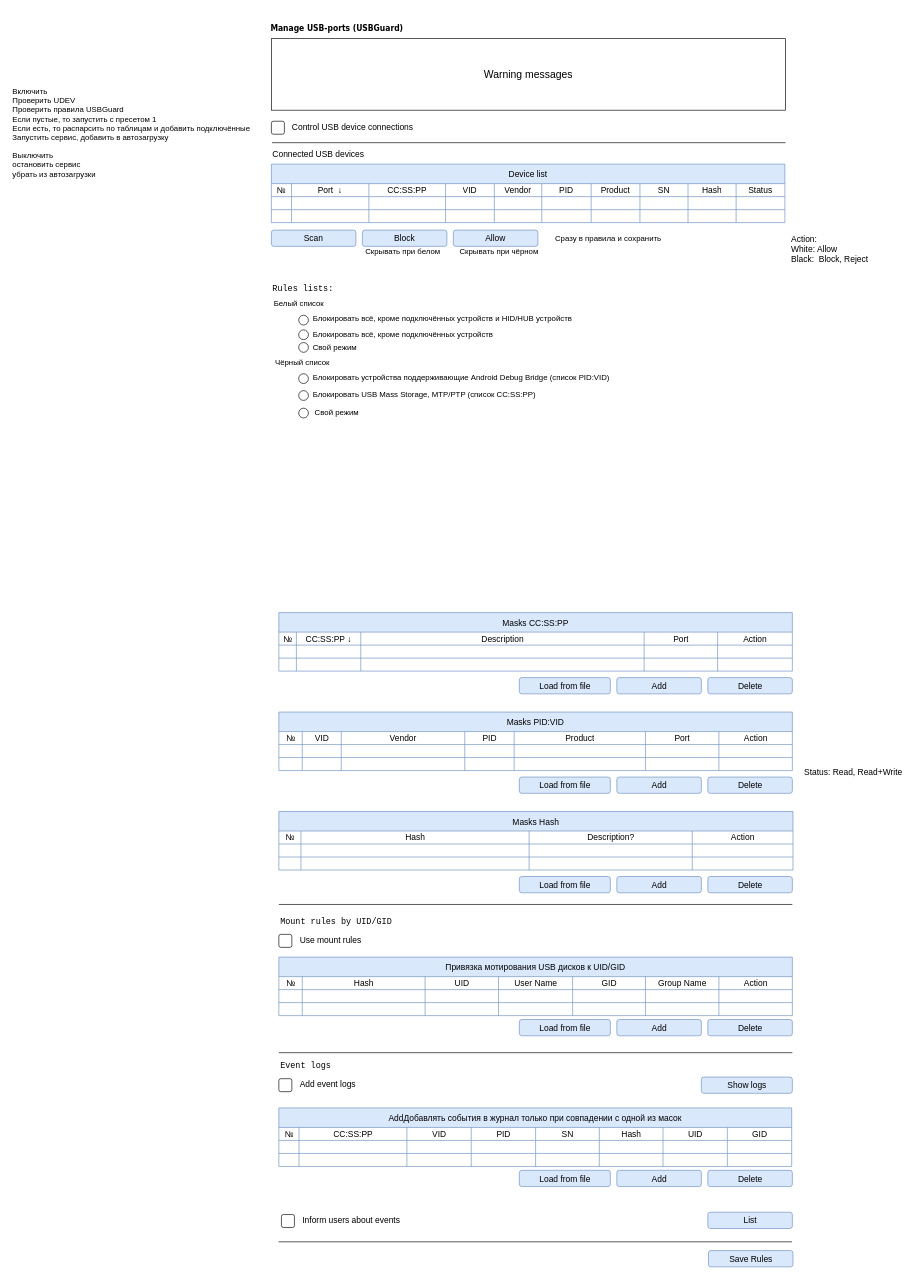
The draw.io diagram alterator_ui/UI.drawio in 3036662/alterator-usb-guard, before the edit. Source tidied: cells renumbered, new cells numbered last; positions are measured from the earlier drawing's top-left corner, leaving out a move shared by most shapes. Both pictures are drawn from the tidied source at 65%, with x=0, y=0 at pixel (11, 11).
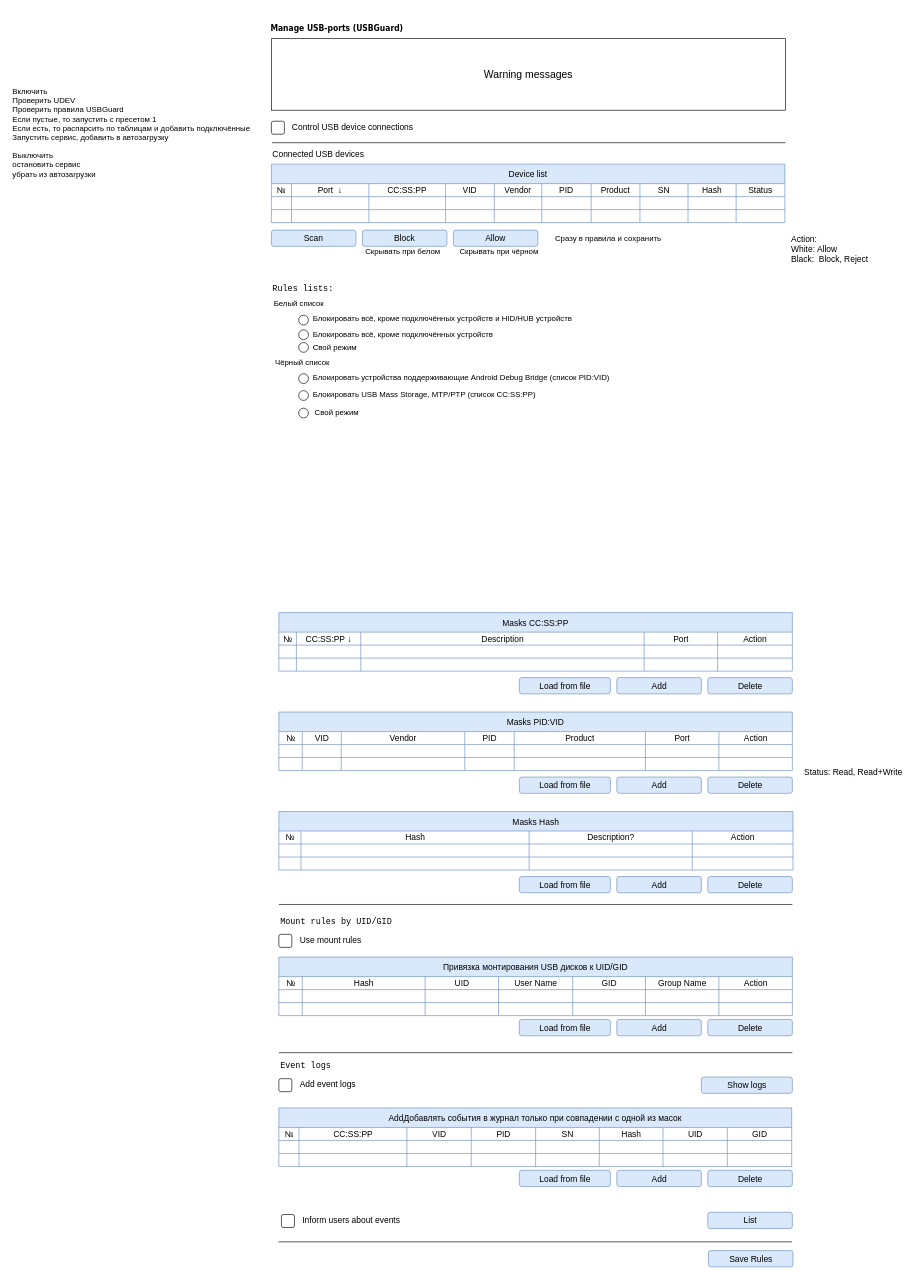
Above is the later version.

Change to the diagram source:
```diff
@@
-    <mxCell id="116" value="Привязка мотирования USB дисков к UID/GID" style="shape=table;startSize=30;childLayout=tableLayout;strokeColor=#6c8ebf;fontSize=13;fillColor=#dae8fc;" parent="1" vertex="1">
+    <mxCell id="116" value="Привязка монтирования USB дисков к UID/GID" style="shape=table;startSize=30;childLayout=tableLayout;strokeColor=#6c8ebf;fontSize=13;fillColor=#dae8fc;" parent="1" vertex="1">
       <mxGeometry x="411.5" y="1455" width="790" height="90" as="geometry" />
     </mxCell>
```
